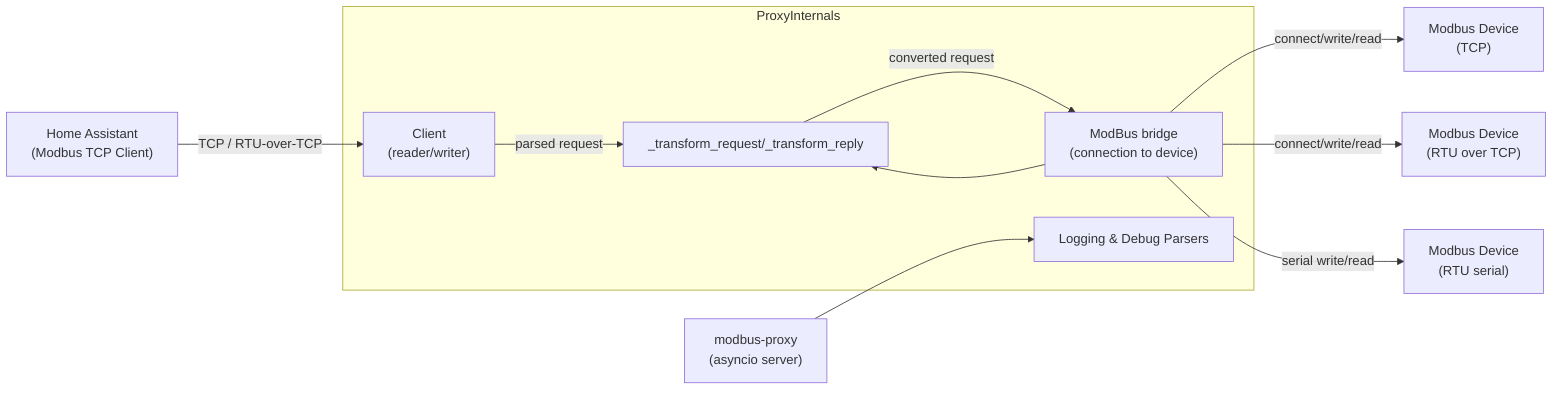
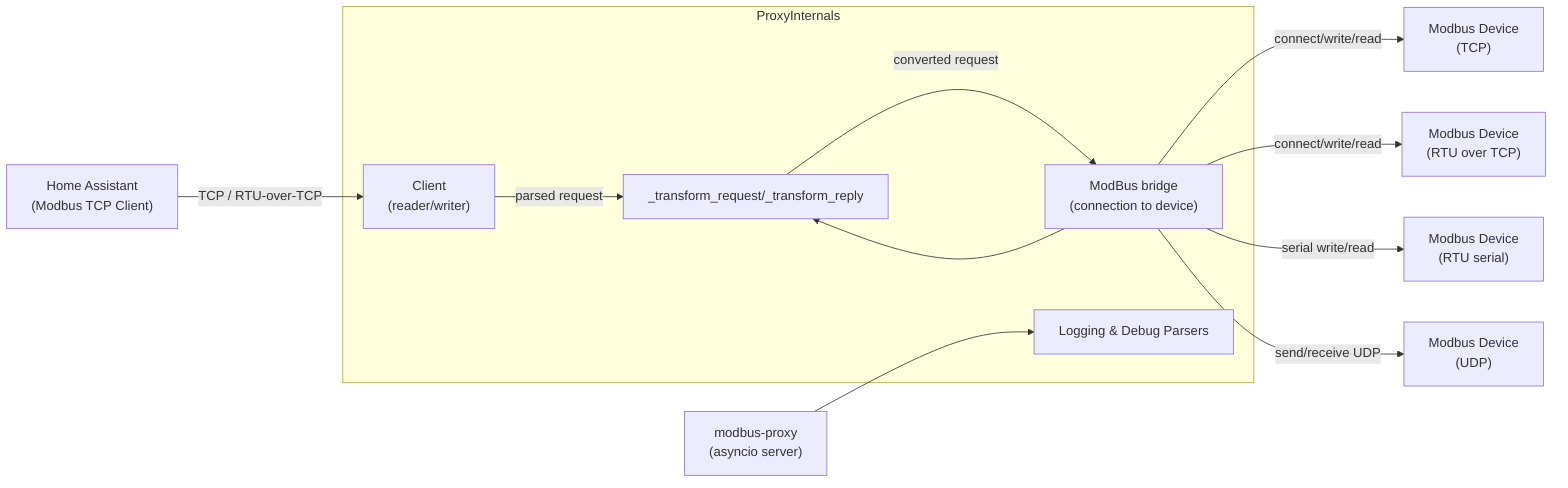
%% Mermaid diagram for modbus-proxy architecture
graph LR
    HA["Home Assistant<br/> (Modbus TCP Client)"]
    Proxy["modbus-proxy<br/> (asyncio server)"]
    subgraph ProxyInternals
      ClientComp["Client<br/> (reader/writer)"]
      ModBusComp["ModBus bridge<br/> (connection to device)"]
      Transformer[_transform_request/_transform_reply]
      Logger[Logging & Debug Parsers]
    end
    DeviceTCP["Modbus Device<br/> (TCP)"]
    DeviceRTUTCP["Modbus Device<br/> (RTU over TCP)"]
    DeviceRTU["Modbus Device<br/> (RTU serial)"]
+     DeviceUDP["Modbus Device<br/> (UDP)"]

    HA -->|TCP / RTU-over-TCP| ClientComp
    ClientComp -->|parsed request| Transformer
    Transformer -->|converted request| ModBusComp
    ModBusComp -->|connect/write/read| DeviceTCP
    ModBusComp -->|connect/write/read| DeviceRTUTCP
    ModBusComp -->|serial write/read| DeviceRTU
+     ModBusComp -->|send/receive UDP| DeviceUDP
    ModBusComp --> Transformer
    Proxy --> Logger
